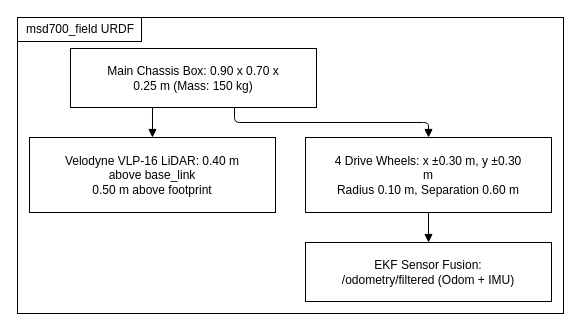
Before: docs/development/ros/diagrams/simulation-the-robot-urdf-model-msd700field.drawio in itbdelaboprogramming/msd700_documentation, a draw.io diagram. Source tidied: cells renumbered, new cells numbered last; positions are measured from the earlier drawing's top-left corner, leaving out a move shared by most shapes. Both pictures are drawn from the tidied source at 100%, with x=0, y=0 at pixel (17, 17).
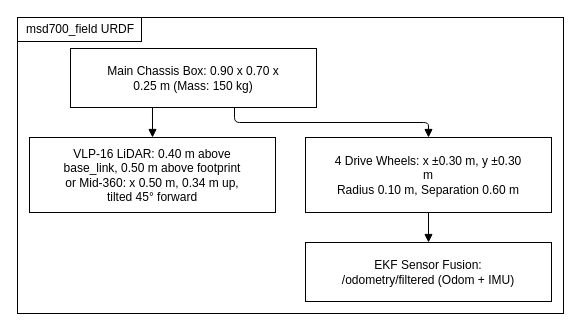
The same page after the edit.

What changed in the source:
```diff
@@
 <mxGraphModel>
   <root>
     <mxCell id="0" />
     <mxCell id="1" parent="0" />
     <mxCell id="2" style="rounded=0;html=1;whiteSpace=wrap;fillColor=#ffffff;strokeColor=#000000;" parent="1" vertex="1">
       <mxGeometry width="546" height="296" as="geometry" />
     </mxCell>
     <mxCell id="3" value="Main Chassis Box: 0.90 x 0.70 x&lt;br&gt;0.25 m (Mass: 150 kg)" style="html=1;whiteSpace=wrap;fillColor=#ffffff;strokeColor=#000000;rounded=0;fontFamily=Helvetica;fontSize=12;fontColor=#000000;" parent="2" vertex="1">
       <mxGeometry x="53" y="31" width="246" height="59" as="geometry" />
     </mxCell>
     <mxCell id="4" value="4 Drive Wheels: x ±0.30 m, y ±0.30&lt;br&gt;m&lt;br&gt;Radius 0.10 m, Separation 0.60 m" style="html=1;whiteSpace=wrap;fillColor=#ffffff;strokeColor=#000000;rounded=0;fontFamily=Helvetica;fontSize=12;fontColor=#000000;" parent="2" vertex="1">
       <mxGeometry x="288" y="120" width="246" height="75" as="geometry" />
     </mxCell>
-    <mxCell id="5" value="Velodyne VLP-16 LiDAR: 0.40 m&lt;br&gt;above base_link&lt;br&gt;0.50 m above footprint" style="html=1;whiteSpace=wrap;fillColor=#ffffff;strokeColor=#000000;rounded=0;fontFamily=Helvetica;fontSize=12;fontColor=#000000;" parent="2" vertex="1">
+    <mxCell id="5" value="VLP-16 LiDAR: 0.40 m above&lt;br&gt;base_link, 0.50 m above footprint&lt;br&gt;or Mid-360: x 0.50 m, 0.34 m up,&lt;br&gt;tilted 45° forward" style="html=1;whiteSpace=wrap;fillColor=#ffffff;strokeColor=#000000;rounded=0;fontFamily=Helvetica;fontSize=12;fontColor=#000000;" parent="2" vertex="1">
       <mxGeometry x="12" y="120" width="246" height="75" as="geometry" />
     </mxCell>
     <mxCell id="6" value="EKF Sensor Fusion:&lt;br&gt;/odometry/filtered (Odom + IMU)" style="html=1;whiteSpace=wrap;fillColor=#ffffff;strokeColor=#000000;rounded=0;fontFamily=Helvetica;fontSize=12;fontColor=#000000;" parent="2" vertex="1">
       <mxGeometry x="288" y="225" width="246" height="59" as="geometry" />
     </mxCell>
     <mxCell id="7" style="edgeStyle=orthogonalEdgeStyle;rounded=1;arcSize=10;html=1;fontFamily=Helvetica;fontSize=11;labelBackgroundColor=#ffffff;strokeColor=#000000;startArrow=none;endArrow=block;endFill=1;endSize=6;exitX=0.6667;exitY=1;exitDx=0;exitDy=0;exitPerimeter=0;entryX=0.5;entryY=0;entryDx=0;entryDy=0;entryPerimeter=0;" parent="2" edge="1" source="3" target="4">
       <mxGeometry relative="1" as="geometry">
         <Array as="points">
           <mxPoint x="217" y="105" />
           <mxPoint x="411" y="105" />
         </Array>
       </mxGeometry>
     </mxCell>
     <mxCell id="8" style="edgeStyle=orthogonalEdgeStyle;rounded=1;arcSize=10;html=1;fontFamily=Helvetica;fontSize=11;labelBackgroundColor=#ffffff;strokeColor=#000000;startArrow=none;endArrow=block;endFill=1;endSize=6;exitX=0.3333;exitY=1;exitDx=0;exitDy=0;exitPerimeter=0;entryX=0.5;entryY=0;entryDx=0;entryDy=0;entryPerimeter=0;" parent="2" edge="1" source="3" target="5">
       <mxGeometry relative="1" as="geometry" />
     </mxCell>
     <mxCell id="9" style="edgeStyle=orthogonalEdgeStyle;rounded=1;arcSize=10;html=1;fontFamily=Helvetica;fontSize=11;labelBackgroundColor=#ffffff;strokeColor=#000000;startArrow=none;endArrow=block;endFill=1;endSize=6;exitX=0.5;exitY=1;exitDx=0;exitDy=0;exitPerimeter=0;entryX=0.5;entryY=0;entryDx=0;entryDy=0;entryPerimeter=0;" parent="2" edge="1" source="4" target="6">
       <mxGeometry relative="1" as="geometry" />
     </mxCell>
     <mxCell id="10" value="msd700_field URDF" style="rounded=0;html=1;whiteSpace=wrap;fillColor=#ffffff;strokeColor=#000000;align=left;verticalAlign=middle;spacingLeft=7;spacingRight=1;spacingTop=0;spacingBottom=0;fontFamily=Helvetica;fontSize=12;fontColor=#000000;" parent="2" vertex="1">
       <mxGeometry width="124" height="24" as="geometry" />
     </mxCell>
   </root>
 </mxGraphModel>
```
